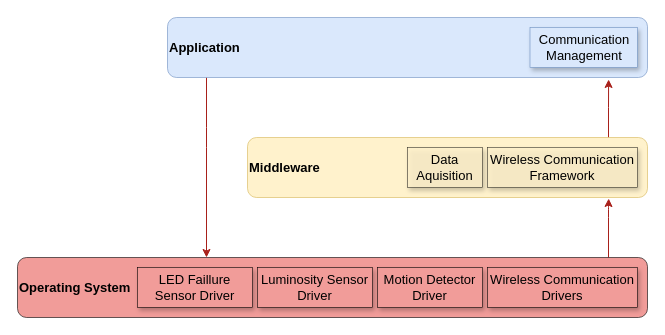
Before: page "sw_arch_local" (5 of 5) of project/report/flowcharts/system_overview.drawio in ESRGgroup9/slipad, a draw.io diagram. Source tidied: cells renumbered, new cells numbered last; positions are measured from the earlier drawing's top-left corner, leaving out a move shared by most shapes. Both pictures are drawn from the tidied source at 100%, with x=0, y=0 at pixel (17, 17).
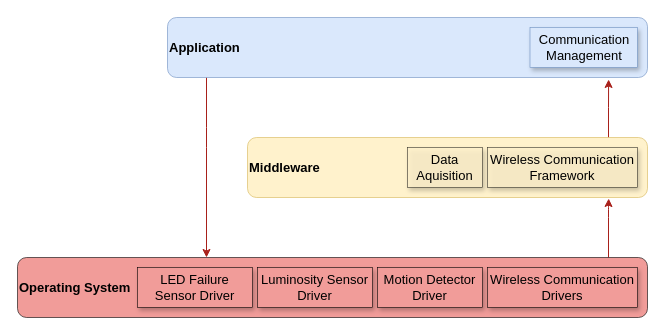
After the change.

Change to the diagram source:
```diff
@@
-    <mxCell id="14" value="LED Faillure Sensor Driver" style="rounded=0;whiteSpace=wrap;html=1;labelBackgroundColor=none;labelBorderColor=none;fontSize=13;fontColor=default;strokeColor=default;strokeWidth=0.6;fillColor=#F19C99;align=center;verticalAlign=middle;shadow=1;" parent="1" vertex="1">
+    <mxCell id="14" value="LED Failure Sensor Driver" style="rounded=0;whiteSpace=wrap;html=1;labelBackgroundColor=none;labelBorderColor=none;fontSize=13;fontColor=default;strokeColor=default;strokeWidth=0.6;fillColor=#F19C99;align=center;verticalAlign=middle;shadow=1;" parent="1" vertex="1">
       <mxGeometry x="120" y="250" width="115" height="40" as="geometry" />
     </mxCell>
```
